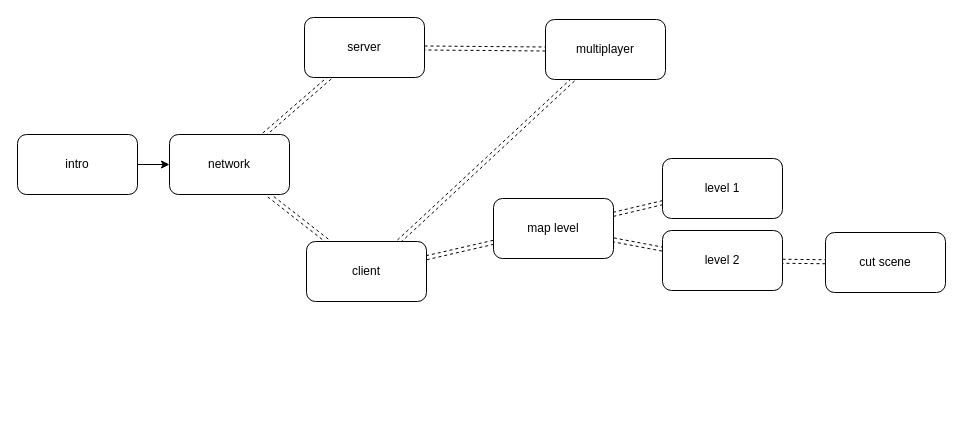
Above: page "scene" (1 of 3) of Assets/_MyAsset/Diagram/info.drawio in VanPhat001/RedSkyRampageVRGame (draw.io), before the change. Source tidied: cells renumbered, new cells numbered last; positions are measured from the earlier drawing's top-left corner, leaving out a move shared by most shapes. Both pictures are drawn from the tidied source at 100%, with x=0, y=0 at pixel (17, 17).
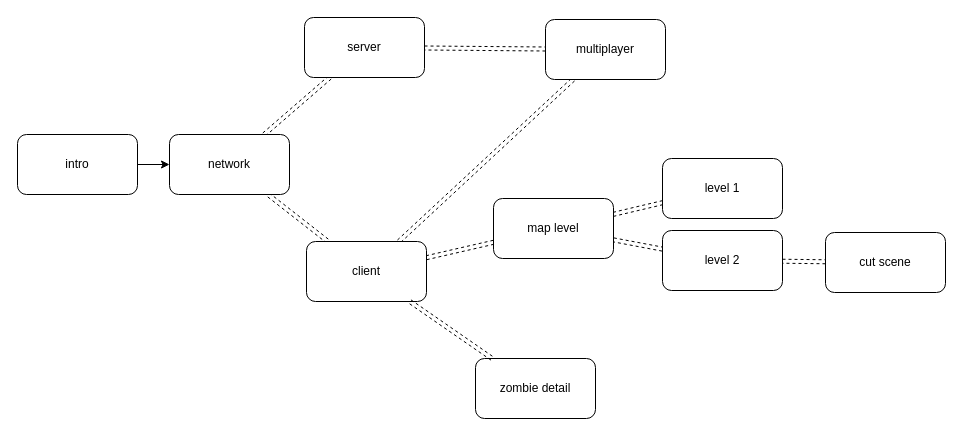
Above is the later version.

The change refers to these unchanged cells:
```xml
<mxCell id="10" value="client" style="rounded=1;whiteSpace=wrap;html=1;" parent="1" vertex="1">
  <mxGeometry x="289" y="224" width="120" height="60" as="geometry" />
</mxCell>
```

Diff of the diagram source:
```diff
@@
+    <mxCell id="20" value="zombie detail" style="rounded=1;whiteSpace=wrap;html=1;" parent="1" vertex="1">
+      <mxGeometry x="458" y="341" width="120" height="60" as="geometry" />
+    </mxCell>
+    <mxCell id="21" style="edgeStyle=none;html=1;dashed=1;shape=link;" parent="1" edge="1" source="10" target="20">
+      <mxGeometry relative="1" as="geometry" />
+    </mxCell>
```
